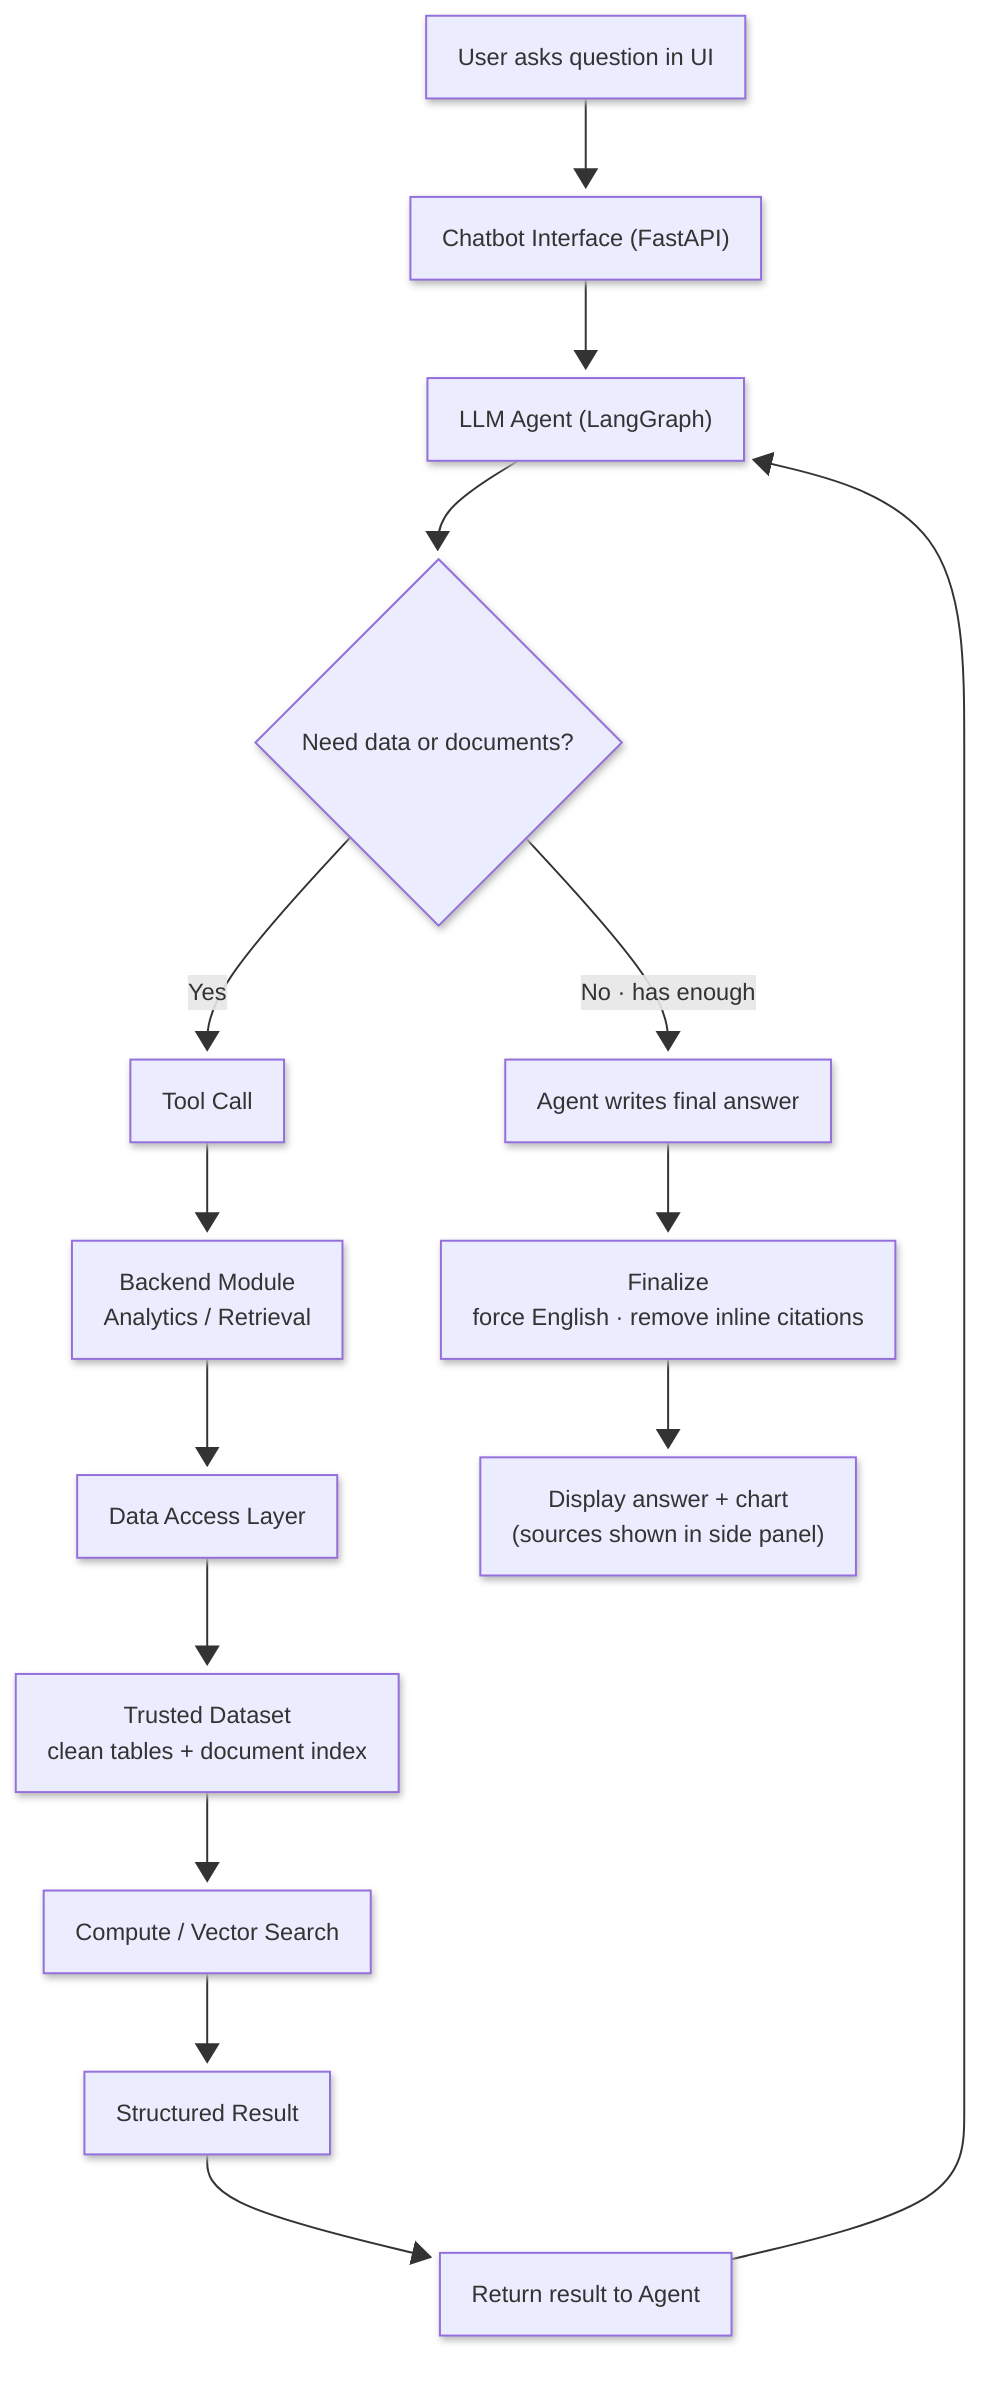
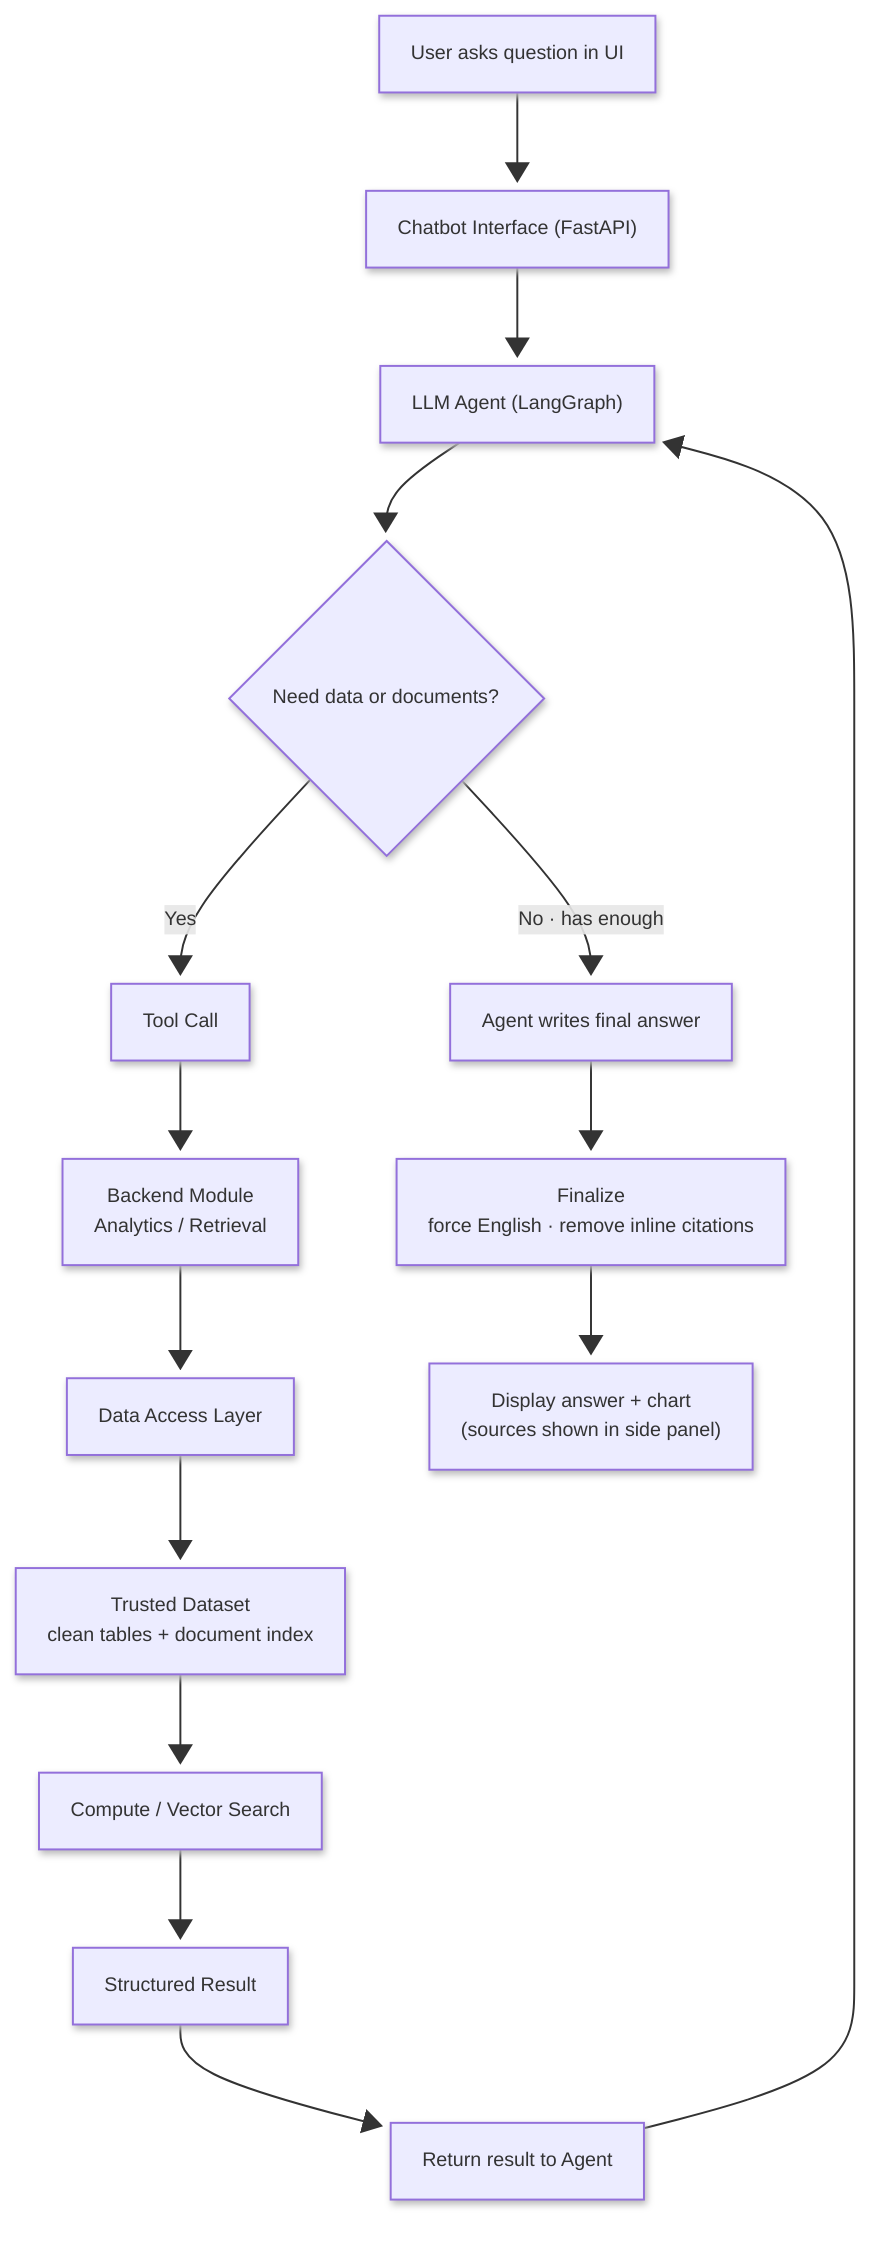
---
config:
  theme: mc
  fontFamily: '''Recursive Variable'', sans-serif'
  look: neo
  layout: dagre
  themeVariables:
    fontFamily: '''Recursive Variable'', sans-serif'
-     fontSize: 12px
+     fontSize: 10px
---
flowchart TB
    A["User asks question in UI"] --> B["Chatbot Interface (FastAPI)"]
    B --> C["LLM Agent (LangGraph)"]
    C --> D{"Need data or documents?"}
    D -- "Yes" --> E["Tool Call"]
    E --> G["Backend Module<br>Analytics / Retrieval"]
    G --> H["Data Access Layer"]
    H --> I["Trusted Dataset<br>clean tables + document index"]
    I --> J["Compute / Vector Search"]
    J --> K["Structured Result"]
    K --> L["Return result to Agent"]
    L --> C
    D -- "No · has enough" --> M["Agent writes final answer"]
    M --> P["Finalize<br>force English · remove inline citations"]
    P --> N["Display answer + chart<br>(sources shown in side panel)"]